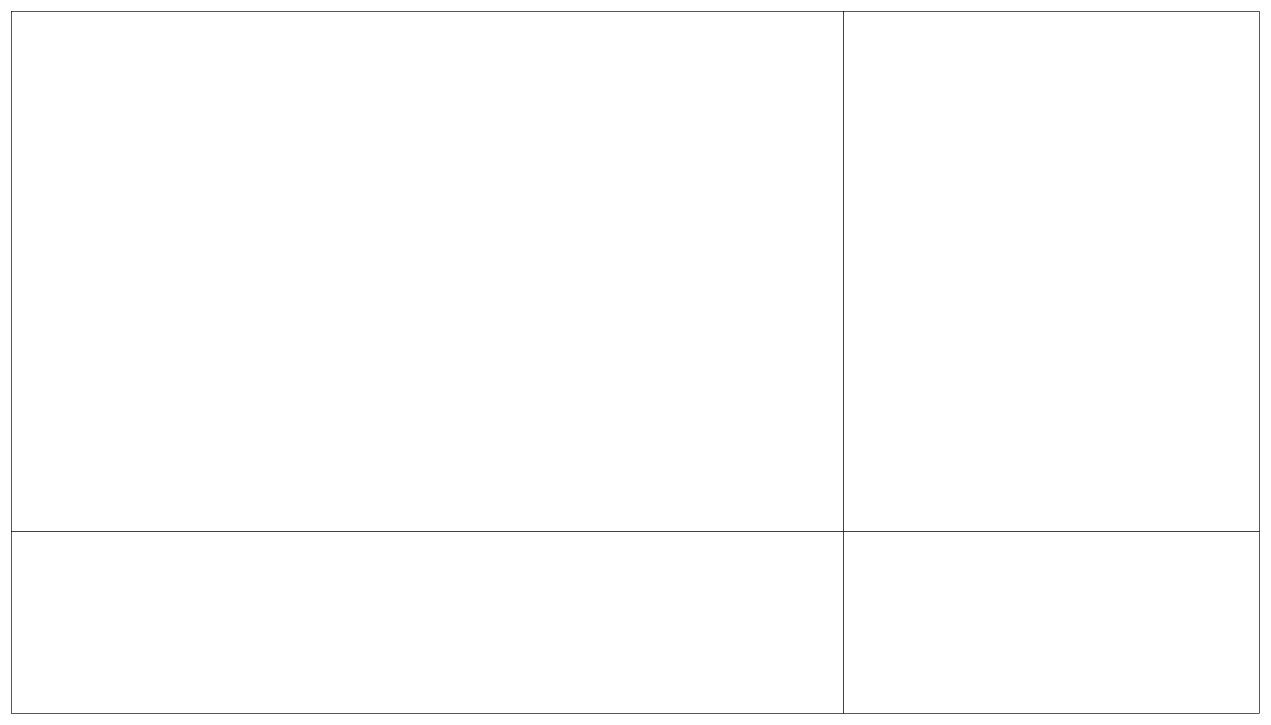
Earlier version of the draw.io diagram 自定义客户端布局.drawio (1643001598/pdf). Source tidied: cells renumbered, new cells numbered last; positions are measured from the earlier drawing's top-left corner, leaving out a move shared by most shapes. Both pictures are drawn from the tidied source at 65%, with x=0, y=0 at pixel (11, 11).
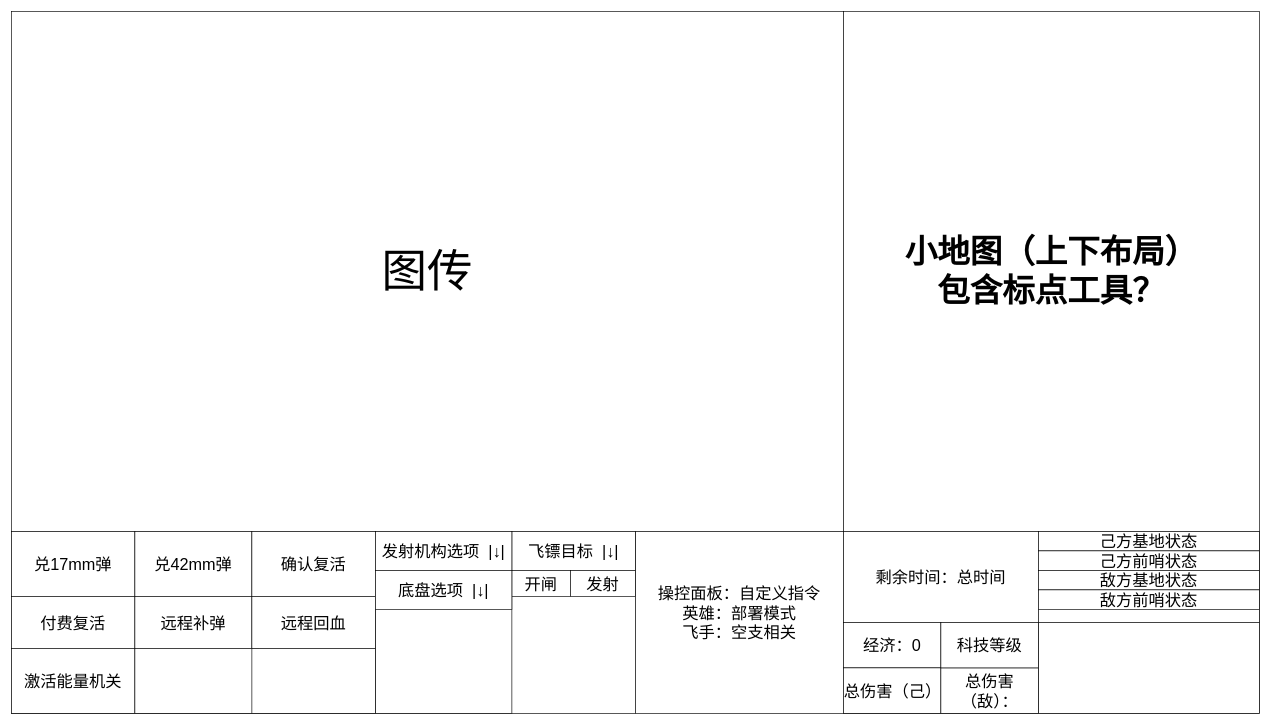
The same diagram, later.

Commit message:
更新自定义客户端布局.drawio

Change to the diagram source:
```diff
@@
-    <mxCell id="2" style="rounded=0;whiteSpace=wrap;html=1;" parent="1" vertex="1">
+    <mxCell id="2" value="&lt;blockquote&gt;&lt;font style=&quot;font-size: 70px;&quot;&gt;图传&lt;/font&gt;&lt;/blockquote&gt;" style="rounded=0;whiteSpace=wrap;html=1;align=center;fontSize=25;" parent="1" vertex="1">
       <mxGeometry width="1280" height="800" as="geometry" />
     </mxCell>
-    <mxCell id="3" style="rounded=0;whiteSpace=wrap;html=1;" parent="1" vertex="1">
+    <mxCell id="3" value="&lt;h1&gt;&lt;font&gt;小地图（上下布局）&lt;br&gt;包含标点工具？&lt;/font&gt;&lt;/h1&gt;" style="rounded=0;whiteSpace=wrap;html=1;fontSize=25;" parent="1" vertex="1">
       <mxGeometry x="1280" width="640" height="800" as="geometry" />
     </mxCell>
-    <mxCell id="4" style="rounded=0;whiteSpace=wrap;html=1;" parent="1" vertex="1">
-      <mxGeometry y="800" width="1280" height="280" as="geometry" />
+    <mxCell id="4" value="&lt;h1&gt;&lt;br&gt;&lt;/h1&gt;" style="rounded=0;whiteSpace=wrap;html=1;fontSize=25;" parent="1" vertex="1">
+      <mxGeometry y="800" width="960" height="280" as="geometry" />
     </mxCell>
-    <mxCell id="5" style="rounded=0;whiteSpace=wrap;html=1;" parent="1" vertex="1">
+    <mxCell id="5" value="&lt;h1&gt;&lt;br&gt;&lt;/h1&gt;" style="rounded=0;whiteSpace=wrap;html=1;fontSize=25;" parent="1" vertex="1">
       <mxGeometry x="1280" y="800" width="640" height="280" as="geometry" />
     </mxCell>
+    <mxCell id="6" value="&lt;font&gt;操控面板：自定义指令&lt;br&gt;英雄：部署模式&lt;br&gt;飞手：空支相关&lt;br&gt;&lt;br&gt;&lt;/font&gt;" style="rounded=0;whiteSpace=wrap;html=1;fontSize=25;" parent="1" vertex="1">
+      <mxGeometry x="960" y="800" width="320" height="280" as="geometry" />
+    </mxCell>
+    <mxCell id="7" style="rounded=0;whiteSpace=wrap;html=1;fontSize=25;" parent="1" vertex="1">
+      <mxGeometry y="800" width="560" height="280" as="geometry" />
+    </mxCell>
+    <mxCell id="8" style="rounded=0;whiteSpace=wrap;html=1;fontSize=25;" parent="1" vertex="1">
+      <mxGeometry x="560" y="800" width="210" height="280" as="geometry" />
+    </mxCell>
+    <mxCell id="9" value="&lt;font&gt;飞镖目标&amp;nbsp; |↓|&lt;/font&gt;" style="rounded=0;whiteSpace=wrap;html=1;fontSize=25;" parent="1" vertex="1">
+      <mxGeometry x="770" y="800" width="190" height="60" as="geometry" />
+    </mxCell>
+    <mxCell id="10" value="开闸" style="rounded=0;whiteSpace=wrap;html=1;fontSize=25;" parent="1" vertex="1">
+      <mxGeometry x="770" y="860" width="90" height="40" as="geometry" />
+    </mxCell>
+    <mxCell id="11" value="发射" style="rounded=0;whiteSpace=wrap;html=1;fontSize=25;" parent="1" vertex="1">
+      <mxGeometry x="860" y="860" width="100" height="40" as="geometry" />
+    </mxCell>
+    <mxCell id="12" value="兑17mm弹" style="rounded=0;whiteSpace=wrap;html=1;fontSize=25;" parent="1" vertex="1">
+      <mxGeometry y="800" width="190" height="100" as="geometry" />
+    </mxCell>
+    <mxCell id="13" value="付费复活" style="rounded=0;whiteSpace=wrap;html=1;fontSize=25;" parent="1" vertex="1">
+      <mxGeometry y="900" width="190" height="80" as="geometry" />
+    </mxCell>
+    <mxCell id="14" value="激活能量机关" style="rounded=0;whiteSpace=wrap;html=1;fontSize=25;" parent="1" vertex="1">
+      <mxGeometry y="980" width="190" height="100" as="geometry" />
+    </mxCell>
+    <mxCell id="15" value="兑42mm弹" style="rounded=0;whiteSpace=wrap;html=1;fontSize=25;" parent="1" vertex="1">
+      <mxGeometry x="190" y="800" width="180" height="100" as="geometry" />
+    </mxCell>
+    <mxCell id="16" value="远程补弹" style="rounded=0;whiteSpace=wrap;html=1;fontSize=25;" parent="1" vertex="1">
+      <mxGeometry x="190" y="900" width="180" height="80" as="geometry" />
+    </mxCell>
+    <mxCell id="17" style="rounded=0;whiteSpace=wrap;html=1;fontSize=25;" parent="1" vertex="1">
+      <mxGeometry x="190" y="980" width="190" height="100" as="geometry" />
+    </mxCell>
+    <mxCell id="18" value="确认复活" style="rounded=0;whiteSpace=wrap;html=1;fontSize=25;" parent="1" vertex="1">
+      <mxGeometry x="370" y="800" width="190" height="100" as="geometry" />
+    </mxCell>
+    <mxCell id="19" value="远程回血" style="rounded=0;whiteSpace=wrap;html=1;fontSize=25;" parent="1" vertex="1">
+      <mxGeometry x="370" y="900" width="190" height="80" as="geometry" />
+    </mxCell>
+    <mxCell id="20" style="rounded=0;whiteSpace=wrap;html=1;fontSize=25;" parent="1" vertex="1">
+      <mxGeometry x="370" y="980" width="190" height="100" as="geometry" />
+    </mxCell>
+    <mxCell id="21" value="发射机构选项&amp;nbsp; |↓|" style="rounded=0;whiteSpace=wrap;html=1;fontSize=25;" parent="1" vertex="1">
+      <mxGeometry x="560" y="800" width="210" height="60" as="geometry" />
+    </mxCell>
+    <mxCell id="22" value="底盘选项&amp;nbsp; |↓|" style="rounded=0;whiteSpace=wrap;html=1;fontSize=25;" parent="1" vertex="1">
+      <mxGeometry x="560" y="860" width="210" height="60" as="geometry" />
+    </mxCell>
+    <mxCell id="23" value="&lt;font&gt;剩余时间：总时间&lt;/font&gt;" style="rounded=0;whiteSpace=wrap;html=1;fontSize=25;" parent="1" vertex="1">
+      <mxGeometry x="1280" y="800" width="300" height="140" as="geometry" />
+    </mxCell>
+    <mxCell id="24" style="rounded=0;whiteSpace=wrap;html=1;fontSize=25;" parent="1" vertex="1">
+      <mxGeometry x="1280" y="940" width="300" height="140" as="geometry" />
+    </mxCell>
+    <mxCell id="25" style="rounded=0;whiteSpace=wrap;html=1;fontSize=25;" parent="1" vertex="1">
+      <mxGeometry x="1580" y="800" width="340" height="140" as="geometry" />
+    </mxCell>
+    <mxCell id="26" style="rounded=0;whiteSpace=wrap;html=1;fontSize=25;" parent="1" vertex="1">
+      <mxGeometry x="1580" y="940" width="340" height="140" as="geometry" />
+    </mxCell>
+    <mxCell id="27" value="己方基地状态" style="rounded=0;whiteSpace=wrap;html=1;fontSize=25;" parent="1" vertex="1">
+      <mxGeometry x="1580" y="800" width="340" height="30" as="geometry" />
+    </mxCell>
+    <mxCell id="28" value="己方前哨状态" style="rounded=0;whiteSpace=wrap;html=1;fontSize=25;" parent="1" vertex="1">
+      <mxGeometry x="1580" y="830" width="340" height="30" as="geometry" />
+    </mxCell>
+    <mxCell id="29" value="敌方基地状态" style="rounded=0;whiteSpace=wrap;html=1;fontSize=25;" parent="1" vertex="1">
+      <mxGeometry x="1580" y="860" width="340" height="30" as="geometry" />
+    </mxCell>
+    <mxCell id="30" value="敌方前哨状态" style="rounded=0;whiteSpace=wrap;html=1;fontSize=25;" parent="1" vertex="1">
+      <mxGeometry x="1580" y="890" width="340" height="30" as="geometry" />
+    </mxCell>
+    <mxCell id="31" value="经济：0" style="rounded=0;whiteSpace=wrap;html=1;fontSize=25;" parent="1" vertex="1">
+      <mxGeometry x="1280" y="940" width="150" height="70" as="geometry" />
+    </mxCell>
+    <mxCell id="32" value="总伤害（己）" style="rounded=0;whiteSpace=wrap;html=1;fontSize=25;" parent="1" vertex="1">
+      <mxGeometry x="1280" y="1010" width="150" height="70" as="geometry" />
+    </mxCell>
+    <mxCell id="33" value="总伤害（敌）：" style="rounded=0;whiteSpace=wrap;html=1;fontSize=25;" parent="1" vertex="1">
+      <mxGeometry x="1430" y="1010" width="150" height="70" as="geometry" />
+    </mxCell>
+    <mxCell id="34" value="科技等级" style="rounded=0;whiteSpace=wrap;html=1;fontSize=25;" parent="1" vertex="1">
+      <mxGeometry x="1430" y="940" width="150" height="70" as="geometry" />
+    </mxCell>
```
